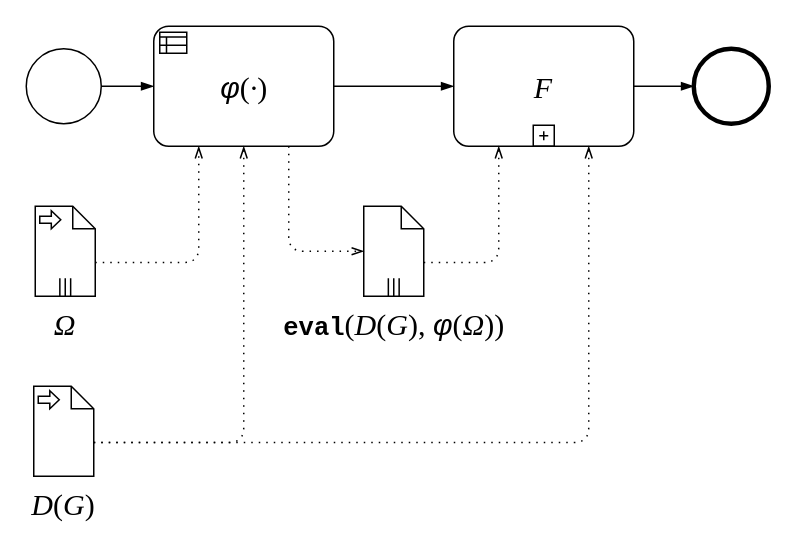
The draw.io diagram page "dataOp" (2 of 4) of doc/Paper_BPMN_flow.drawio in miguel76/know-flow, before the edit. Source tidied: cells renumbered, new cells numbered last; positions are measured from the earlier drawing's top-left corner, leaving out a move shared by most shapes. Both pictures are drawn from the tidied source at 150%, with x=0, y=0 at pixel (26, 26).
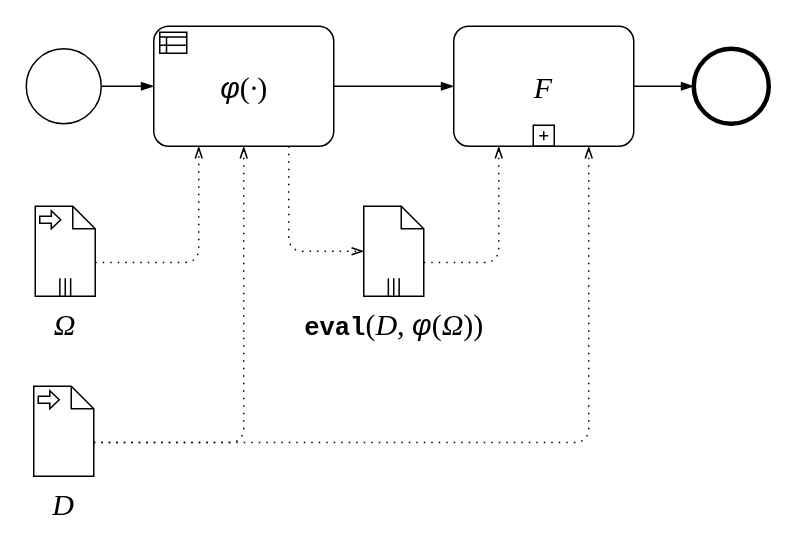
The same page after the edit.

Change to the diagram source:
```diff
@@
-    <mxCell id="11" value="&lt;font size=&quot;1&quot; face=&quot;Courier New&quot;&gt;&lt;span style=&quot;font-size: 17px&quot;&gt;&lt;b&gt;eval&lt;/b&gt;&lt;/span&gt;&lt;/font&gt;&lt;span style=&quot;font-family: &amp;#34;times new roman&amp;#34; ; font-size: 20px&quot;&gt;(&lt;/span&gt;&lt;i style=&quot;font-family: &amp;#34;times new roman&amp;#34; ; font-size: 20px&quot;&gt;D&lt;/i&gt;&lt;span style=&quot;font-family: &amp;#34;times new roman&amp;#34; ; font-size: 20px&quot;&gt;(&lt;/span&gt;&lt;i style=&quot;font-family: &amp;#34;times new roman&amp;#34; ; font-size: 20px&quot;&gt;G&lt;/i&gt;&lt;span style=&quot;font-family: &amp;#34;times new roman&amp;#34; ; font-size: 20px&quot;&gt;),&amp;nbsp;&lt;/span&gt;&lt;i&gt;φ&lt;/i&gt;&lt;span style=&quot;font-family: &amp;#34;times new roman&amp;#34; ; font-size: 20px&quot;&gt;(&lt;/span&gt;&lt;i style=&quot;font-family: &amp;#34;times new roman&amp;#34; ; font-size: 20px&quot;&gt;Ω&lt;/i&gt;&lt;span style=&quot;font-family: &amp;#34;times new roman&amp;#34; ; font-size: 20px&quot;&gt;))&lt;/span&gt;" style="shape=mxgraph.bpmn.data;labelPosition=center;verticalLabelPosition=bottom;align=center;verticalAlign=top;size=15;html=1;bpmnTransferType=none;isCollection=1;fontSize=20;" parent="1" vertex="1">
+    <mxCell id="11" value="&lt;font size=&quot;1&quot; face=&quot;Courier New&quot;&gt;&lt;span style=&quot;font-size: 17px&quot;&gt;&lt;b&gt;eval&lt;/b&gt;&lt;/span&gt;&lt;/font&gt;&lt;span style=&quot;font-family: &amp;#34;times new roman&amp;#34; ; font-size: 20px&quot;&gt;(&lt;/span&gt;&lt;i style=&quot;font-family: &amp;#34;times new roman&amp;#34; ; font-size: 20px&quot;&gt;D&lt;/i&gt;&lt;span style=&quot;font-family: &amp;#34;times new roman&amp;#34; ; font-size: 20px&quot;&gt;,&amp;nbsp;&lt;/span&gt;&lt;i&gt;φ&lt;/i&gt;&lt;span style=&quot;font-family: &amp;#34;times new roman&amp;#34; ; font-size: 20px&quot;&gt;(&lt;/span&gt;&lt;i style=&quot;font-family: &amp;#34;times new roman&amp;#34; ; font-size: 20px&quot;&gt;Ω&lt;/i&gt;&lt;span style=&quot;font-family: &amp;#34;times new roman&amp;#34; ; font-size: 20px&quot;&gt;))&lt;/span&gt;" style="shape=mxgraph.bpmn.data;labelPosition=center;verticalLabelPosition=bottom;align=center;verticalAlign=top;size=15;html=1;bpmnTransferType=none;isCollection=1;fontSize=20;" parent="1" vertex="1">
       <mxGeometry x="225" y="120" width="40" height="60" as="geometry" />
     </mxCell>
@@
-    <mxCell id="16" value="&lt;font face=&quot;Times New Roman&quot;&gt;&lt;i&gt;D&lt;/i&gt;(&lt;i&gt;G&lt;/i&gt;)&lt;/font&gt;" style="shape=mxgraph.bpmn.data;labelPosition=center;verticalLabelPosition=bottom;align=center;verticalAlign=top;whiteSpace=wrap;size=15;html=1;bpmnTransferType=input;fontFamily=Helvetica;fontSize=20;" parent="1" vertex="1">
+    <mxCell id="16" value="&lt;font face=&quot;Times New Roman&quot;&gt;&lt;i&gt;D&lt;br&gt;&lt;/i&gt;&lt;/font&gt;" style="shape=mxgraph.bpmn.data;labelPosition=center;verticalLabelPosition=bottom;align=center;verticalAlign=top;whiteSpace=wrap;size=15;html=1;bpmnTransferType=input;fontFamily=Helvetica;fontSize=20;" parent="1" vertex="1">
       <mxGeometry x="5" y="240" width="40" height="60" as="geometry" />
     </mxCell>
```
